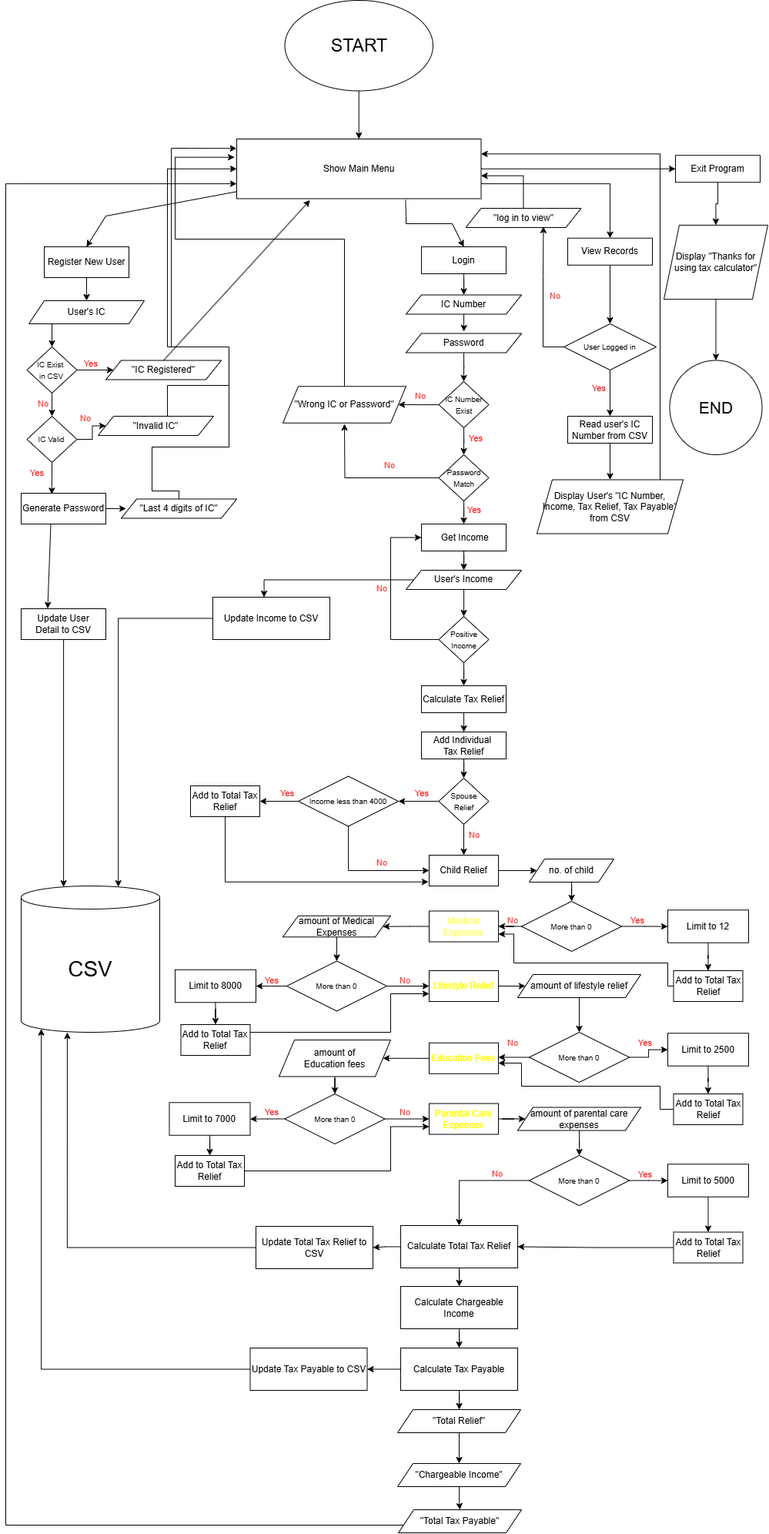
The draw.io diagram IndPro_302233 FlowChart.drawio.png in LeeJiaHeng302233/Individual-Project, before a commit. Source tidied: cells renumbered, new cells last; positions are measured from the earlier drawing's top-left corner, leaving out a move shared by most shapes.
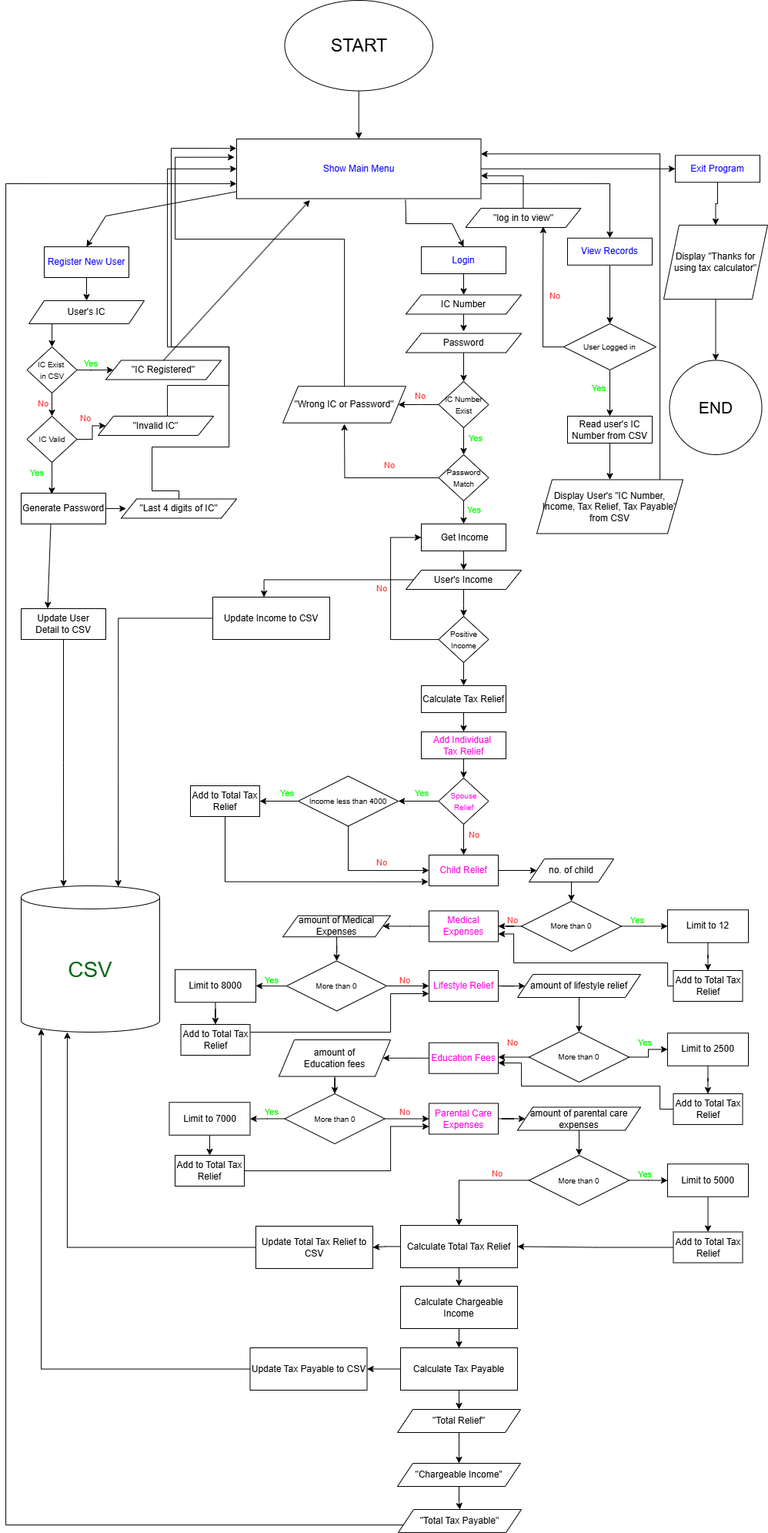
Above is the later version.

The edit, as a diff of the source:
```diff
@@ -16,6 +16,6 @@
     </mxCell>
-    <mxCell id="6" value="&lt;font style=&quot;color: light-dark(rgb(0, 0, 0), rgb(0, 255, 241));&quot;&gt;Show Main Menu&lt;/font&gt;" style="rounded=0;whiteSpace=wrap;html=1;" parent="1" vertex="1">
+    <mxCell id="6" value="&lt;font style=&quot;color: light-dark(rgb(7, 0, 255), rgb(0, 255, 241));&quot;&gt;Show Main Menu&lt;/font&gt;" style="rounded=0;whiteSpace=wrap;html=1;" parent="1" vertex="1">
       <mxGeometry x="300" y="180" width="317.5" height="77.5" as="geometry" />
     </mxCell>
-    <mxCell id="7" value="&lt;font style=&quot;color: light-dark(rgb(0, 0, 0), rgb(0, 255, 241));&quot;&gt;Register New User&lt;/font&gt;" style="rounded=0;whiteSpace=wrap;html=1;" parent="1" vertex="1">
+    <mxCell id="7" value="&lt;font style=&quot;color: light-dark(rgb(7, 0, 255), rgb(0, 255, 241));&quot;&gt;Register New User&lt;/font&gt;" style="rounded=0;whiteSpace=wrap;html=1;" parent="1" vertex="1">
       <mxGeometry x="50" y="320" width="110" height="40" as="geometry" />
@@ -25,3 +25,3 @@
     </mxCell>
-    <mxCell id="9" value="&lt;font style=&quot;color: light-dark(rgb(0, 0, 0), rgb(0, 255, 241));&quot;&gt;Exit Program&lt;/font&gt;" style="rounded=0;whiteSpace=wrap;html=1;" parent="1" vertex="1">
+    <mxCell id="9" value="&lt;font style=&quot;color: light-dark(rgb(7, 0, 255), rgb(0, 255, 241));&quot;&gt;Exit Program&lt;/font&gt;" style="rounded=0;whiteSpace=wrap;html=1;" parent="1" vertex="1">
       <mxGeometry x="870" y="201.2" width="110" height="35" as="geometry" />
@@ -31,3 +31,3 @@
     </mxCell>
-    <mxCell id="11" value="&lt;font style=&quot;color: light-dark(rgb(0, 0, 0), rgb(0, 255, 241));&quot;&gt;Login&lt;/font&gt;" style="rounded=0;whiteSpace=wrap;html=1;" parent="1" vertex="1">
+    <mxCell id="11" value="&lt;font style=&quot;color: light-dark(rgb(7, 0, 255), rgb(0, 255, 241));&quot;&gt;Login&lt;/font&gt;" style="rounded=0;whiteSpace=wrap;html=1;" parent="1" vertex="1">
       <mxGeometry x="540" y="320" width="110" height="35" as="geometry" />
@@ -226,3 +226,3 @@
     </mxCell>
-    <mxCell id="59" value="&lt;font style=&quot;color: light-dark(rgb(0, 0, 0), rgb(236, 255, 0));&quot;&gt;Add Individual&amp;nbsp;&lt;/font&gt;&lt;div&gt;&lt;font style=&quot;color: light-dark(rgb(0, 0, 0), rgb(236, 255, 0));&quot;&gt;Tax Relief&lt;/font&gt;&lt;/div&gt;" style="rounded=0;whiteSpace=wrap;html=1;" parent="1" vertex="1">
+    <mxCell id="59" value="&lt;font style=&quot;color: light-dark(rgb(255, 0, 226), rgb(255, 0, 226));&quot;&gt;Add Individual&amp;nbsp;&lt;/font&gt;&lt;div&gt;&lt;font style=&quot;color: light-dark(rgb(255, 0, 226), rgb(255, 0, 226));&quot;&gt;Tax Relief&lt;/font&gt;&lt;/div&gt;" style="rounded=0;whiteSpace=wrap;html=1;" parent="1" vertex="1">
       <mxGeometry x="540" y="950" width="110" height="35" as="geometry" />
@@ -235,3 +235,3 @@
     </mxCell>
-    <mxCell id="62" value="&lt;span style=&quot;font-size: 10px;&quot;&gt;&lt;font style=&quot;color: light-dark(rgb(0, 0, 0), rgb(236, 255, 0));&quot;&gt;Spouse&lt;/font&gt;&lt;/span&gt;&lt;div&gt;&lt;span style=&quot;font-size: 10px;&quot;&gt;&lt;font style=&quot;color: light-dark(rgb(0, 0, 0), rgb(236, 255, 0));&quot;&gt;Relief&lt;/font&gt;&lt;/span&gt;&lt;/div&gt;" style="rhombus;whiteSpace=wrap;html=1;" parent="1" vertex="1">
+    <mxCell id="62" value="&lt;span style=&quot;font-size: 10px;&quot;&gt;&lt;font style=&quot;color: light-dark(rgb(255, 0, 226), rgb(255, 0, 226));&quot;&gt;Spouse&lt;/font&gt;&lt;/span&gt;&lt;div&gt;&lt;span style=&quot;font-size: 10px;&quot;&gt;&lt;font style=&quot;color: light-dark(rgb(255, 0, 226), rgb(255, 0, 226));&quot;&gt;Relief&lt;/font&gt;&lt;/span&gt;&lt;/div&gt;" style="rhombus;whiteSpace=wrap;html=1;" parent="1" vertex="1">
       <mxGeometry x="562.5" y="1010" width="65" height="60" as="geometry" />
@@ -257,3 +257,3 @@
     </mxCell>
-    <mxCell id="68" value="&lt;font style=&quot;color: light-dark(rgb(0, 0, 0), rgb(236, 255, 0));&quot;&gt;Child Relief&lt;/font&gt;" style="whiteSpace=wrap;html=1;" parent="1" vertex="1">
+    <mxCell id="68" value="&lt;font style=&quot;color: light-dark(rgb(255, 0, 226), rgb(236, 255, 0));&quot;&gt;Child Relief&lt;/font&gt;" style="whiteSpace=wrap;html=1;" parent="1" vertex="1">
       <mxGeometry x="550" y="1110" width="90" height="40" as="geometry" />
@@ -306,3 +306,3 @@
     </mxCell>
-    <mxCell id="82" value="&lt;font style=&quot;color: light-dark(rgb(255, 255, 102), rgb(236, 255, 0));&quot;&gt;Medical Expenses&lt;/font&gt;" style="whiteSpace=wrap;html=1;" parent="1" vertex="1">
+    <mxCell id="82" value="&lt;font style=&quot;color: light-dark(rgb(255, 0, 226), rgb(236, 255, 0));&quot;&gt;Medical Expenses&lt;/font&gt;" style="whiteSpace=wrap;html=1;" parent="1" vertex="1">
       <mxGeometry x="550" y="1182.5" width="90" height="40" as="geometry" />
@@ -330,3 +330,3 @@
     </mxCell>
-    <mxCell id="90" value="&lt;font style=&quot;color: light-dark(rgb(255, 255, 0), rgb(236, 255, 0));&quot;&gt;Lifestyle Relief&lt;/font&gt;" style="whiteSpace=wrap;html=1;" parent="1" vertex="1">
+    <mxCell id="90" value="&lt;font style=&quot;color: light-dark(rgb(255, 0, 226), rgb(236, 255, 0));&quot;&gt;Lifestyle Relief&lt;/font&gt;" style="whiteSpace=wrap;html=1;" parent="1" vertex="1">
       <mxGeometry x="550" y="1260" width="90" height="40" as="geometry" />
@@ -382,3 +382,3 @@
     </mxCell>
-    <mxCell id="104" value="&lt;font style=&quot;color: light-dark(rgb(255, 255, 0), rgb(236, 255, 0));&quot;&gt;Education Fees&lt;/font&gt;" style="whiteSpace=wrap;html=1;" parent="1" vertex="1">
+    <mxCell id="104" value="&lt;font style=&quot;color: light-dark(rgb(255, 0, 226), rgb(236, 255, 0));&quot;&gt;Education Fees&lt;/font&gt;" style="whiteSpace=wrap;html=1;" parent="1" vertex="1">
       <mxGeometry x="550" y="1353.8" width="90" height="40" as="geometry" />
@@ -419,3 +419,3 @@
     </mxCell>
-    <mxCell id="114" value="&lt;font style=&quot;color: light-dark(rgb(254, 254, 0), rgb(236, 255, 0));&quot;&gt;Parental Care Expenses&lt;/font&gt;" style="whiteSpace=wrap;html=1;" parent="1" vertex="1">
+    <mxCell id="114" value="&lt;font style=&quot;color: light-dark(rgb(255, 0, 226), rgb(236, 255, 0));&quot;&gt;Parental Care Expenses&lt;/font&gt;" style="whiteSpace=wrap;html=1;" parent="1" vertex="1">
       <mxGeometry x="550" y="1432.5" width="90" height="40" as="geometry" />
@@ -510,3 +510,3 @@
     </mxCell>
-    <mxCell id="141" value="&lt;font style=&quot;background-color: light-dark(#ffffff, var(--ge-dark-color, #121212)); color: light-dark(rgb(0, 0, 0), rgb(0, 255, 241));&quot;&gt;View Records&lt;/font&gt;" style="rounded=0;whiteSpace=wrap;html=1;" parent="1" vertex="1">
+    <mxCell id="141" value="&lt;font style=&quot;background-color: light-dark(#ffffff, var(--ge-dark-color, #121212)); color: light-dark(rgb(7, 0, 255), rgb(0, 255, 241));&quot;&gt;View Records&lt;/font&gt;" style="rounded=0;whiteSpace=wrap;html=1;" parent="1" vertex="1">
       <mxGeometry x="730" y="308.8" width="110" height="35" as="geometry" />
@@ -556,33 +556,33 @@
     </mxCell>
-    <mxCell id="155" value="&lt;div style=&quot;text-align: center;&quot;&gt;&lt;span style=&quot;background-color: transparent; font-size: 11px; text-wrap-mode: nowrap;&quot;&gt;&lt;font style=&quot;color: light-dark(rgb(255, 0, 0), rgb(3, 255, 0));&quot;&gt;Yes&lt;/font&gt;&lt;/span&gt;&lt;/div&gt;" style="text;whiteSpace=wrap;html=1;" parent="1" vertex="1">
+    <mxCell id="155" value="&lt;div style=&quot;text-align: center;&quot;&gt;&lt;span style=&quot;background-color: transparent; font-size: 11px; text-wrap-mode: nowrap;&quot;&gt;&lt;font style=&quot;color: light-dark(rgb(3, 255, 0), rgb(3, 255, 0));&quot;&gt;Yes&lt;/font&gt;&lt;/span&gt;&lt;/div&gt;" style="text;whiteSpace=wrap;html=1;" parent="1" vertex="1">
       <mxGeometry x="100" y="457.5" width="20" height="20" as="geometry" />
     </mxCell>
-    <mxCell id="156" value="&lt;div style=&quot;text-align: center;&quot;&gt;&lt;span style=&quot;background-color: transparent; font-size: 11px; text-wrap-mode: nowrap;&quot;&gt;&lt;font style=&quot;color: light-dark(rgb(255, 0, 0), rgb(3, 255, 0));&quot;&gt;Yes&lt;/font&gt;&lt;/span&gt;&lt;/div&gt;" style="text;whiteSpace=wrap;html=1;" parent="1" vertex="1">
+    <mxCell id="156" value="&lt;div style=&quot;text-align: center;&quot;&gt;&lt;span style=&quot;background-color: transparent; font-size: 11px; text-wrap-mode: nowrap;&quot;&gt;&lt;font style=&quot;color: light-dark(rgb(3, 255, 0), rgb(3, 255, 0));&quot;&gt;Yes&lt;/font&gt;&lt;/span&gt;&lt;/div&gt;" style="text;whiteSpace=wrap;html=1;" parent="1" vertex="1">
       <mxGeometry x="30" y="600" width="20" height="20" as="geometry" />
     </mxCell>
-    <mxCell id="157" value="&lt;div style=&quot;text-align: center;&quot;&gt;&lt;span style=&quot;background-color: transparent; font-size: 11px; text-wrap-mode: nowrap;&quot;&gt;&lt;font style=&quot;color: light-dark(rgb(255, 0, 0), rgb(3, 255, 0));&quot;&gt;Yes&lt;/font&gt;&lt;/span&gt;&lt;/div&gt;" style="text;whiteSpace=wrap;html=1;" parent="1" vertex="1">
+    <mxCell id="157" value="&lt;div style=&quot;text-align: center;&quot;&gt;&lt;span style=&quot;background-color: transparent; font-size: 11px; text-wrap-mode: nowrap;&quot;&gt;&lt;font style=&quot;color: light-dark(rgb(3, 255, 0), rgb(3, 255, 0));&quot;&gt;Yes&lt;/font&gt;&lt;/span&gt;&lt;/div&gt;" style="text;whiteSpace=wrap;html=1;" parent="1" vertex="1">
       <mxGeometry x="600" y="555" width="20" height="20" as="geometry" />
     </mxCell>
-    <mxCell id="158" value="&lt;div style=&quot;text-align: center;&quot;&gt;&lt;span style=&quot;background-color: transparent; font-size: 11px; text-wrap-mode: nowrap;&quot;&gt;&lt;font style=&quot;color: light-dark(rgb(255, 0, 0), rgb(3, 255, 0));&quot;&gt;Yes&lt;/font&gt;&lt;/span&gt;&lt;/div&gt;" style="text;whiteSpace=wrap;html=1;" parent="1" vertex="1">
+    <mxCell id="158" value="&lt;div style=&quot;text-align: center;&quot;&gt;&lt;span style=&quot;background-color: transparent; font-size: 11px; text-wrap-mode: nowrap;&quot;&gt;&lt;font style=&quot;color: light-dark(rgb(3, 255, 0), rgb(3, 255, 0));&quot;&gt;Yes&lt;/font&gt;&lt;/span&gt;&lt;/div&gt;" style="text;whiteSpace=wrap;html=1;" parent="1" vertex="1">
       <mxGeometry x="597.5" y="647.5" width="20" height="20" as="geometry" />
     </mxCell>
-    <mxCell id="159" value="&lt;div style=&quot;text-align: center;&quot;&gt;&lt;span style=&quot;background-color: transparent; font-size: 11px; text-wrap-mode: nowrap;&quot;&gt;&lt;font style=&quot;color: light-dark(rgb(255, 0, 0), rgb(3, 255, 0));&quot;&gt;Yes&lt;/font&gt;&lt;/span&gt;&lt;/div&gt;" style="text;whiteSpace=wrap;html=1;" parent="1" vertex="1">
+    <mxCell id="159" value="&lt;div style=&quot;text-align: center;&quot;&gt;&lt;span style=&quot;background-color: transparent; font-size: 11px; text-wrap-mode: nowrap;&quot;&gt;&lt;font style=&quot;color: light-dark(rgb(3, 255, 0), rgb(3, 255, 0));&quot;&gt;Yes&lt;/font&gt;&lt;/span&gt;&lt;/div&gt;" style="text;whiteSpace=wrap;html=1;" parent="1" vertex="1">
       <mxGeometry x="355" y="1016" width="20" height="20" as="geometry" />
     </mxCell>
-    <mxCell id="160" value="&lt;div style=&quot;text-align: center;&quot;&gt;&lt;span style=&quot;background-color: transparent; font-size: 11px; text-wrap-mode: nowrap;&quot;&gt;&lt;font style=&quot;color: light-dark(rgb(255, 0, 0), rgb(3, 255, 0));&quot;&gt;Yes&lt;/font&gt;&lt;/span&gt;&lt;/div&gt;" style="text;whiteSpace=wrap;html=1;" parent="1" vertex="1">
+    <mxCell id="160" value="&lt;div style=&quot;text-align: center;&quot;&gt;&lt;span style=&quot;background-color: transparent; font-size: 11px; text-wrap-mode: nowrap;&quot;&gt;&lt;font style=&quot;color: light-dark(rgb(3, 255, 0), rgb(3, 255, 0));&quot;&gt;Yes&lt;/font&gt;&lt;/span&gt;&lt;/div&gt;" style="text;whiteSpace=wrap;html=1;" parent="1" vertex="1">
       <mxGeometry x="530" y="1016" width="20" height="20" as="geometry" />
     </mxCell>
-    <mxCell id="161" value="&lt;div style=&quot;text-align: center;&quot;&gt;&lt;span style=&quot;background-color: transparent; font-size: 11px; text-wrap-mode: nowrap;&quot;&gt;&lt;font style=&quot;color: light-dark(rgb(255, 0, 0), rgb(3, 255, 0));&quot;&gt;Yes&lt;/font&gt;&lt;/span&gt;&lt;/div&gt;" style="text;whiteSpace=wrap;html=1;" parent="1" vertex="1">
+    <mxCell id="161" value="&lt;div style=&quot;text-align: center;&quot;&gt;&lt;span style=&quot;background-color: transparent; font-size: 11px; text-wrap-mode: nowrap;&quot;&gt;&lt;font style=&quot;color: light-dark(rgb(3, 255, 0), rgb(3, 255, 0));&quot;&gt;Yes&lt;/font&gt;&lt;/span&gt;&lt;/div&gt;" style="text;whiteSpace=wrap;html=1;" parent="1" vertex="1">
       <mxGeometry x="810" y="1181.2" width="20" height="20" as="geometry" />
     </mxCell>
-    <mxCell id="162" value="&lt;div style=&quot;text-align: center;&quot;&gt;&lt;span style=&quot;background-color: transparent; font-size: 11px; text-wrap-mode: nowrap;&quot;&gt;&lt;font style=&quot;color: light-dark(rgb(255, 0, 0), rgb(3, 255, 0));&quot;&gt;Yes&lt;/font&gt;&lt;/span&gt;&lt;/div&gt;" style="text;whiteSpace=wrap;html=1;" parent="1" vertex="1">
+    <mxCell id="162" value="&lt;div style=&quot;text-align: center;&quot;&gt;&lt;span style=&quot;background-color: transparent; font-size: 11px; text-wrap-mode: nowrap;&quot;&gt;&lt;font style=&quot;color: light-dark(rgb(3, 255, 0), rgb(3, 255, 0));&quot;&gt;Yes&lt;/font&gt;&lt;/span&gt;&lt;/div&gt;" style="text;whiteSpace=wrap;html=1;" parent="1" vertex="1">
       <mxGeometry x="335" y="1258.8" width="20" height="20" as="geometry" />
     </mxCell>
-    <mxCell id="163" value="&lt;div style=&quot;text-align: center;&quot;&gt;&lt;span style=&quot;background-color: transparent; font-size: 11px; text-wrap-mode: nowrap;&quot;&gt;&lt;font style=&quot;color: light-dark(rgb(255, 0, 0), rgb(3, 255, 0));&quot;&gt;Yes&lt;/font&gt;&lt;/span&gt;&lt;/div&gt;" style="text;whiteSpace=wrap;html=1;" parent="1" vertex="1">
+    <mxCell id="163" value="&lt;div style=&quot;text-align: center;&quot;&gt;&lt;span style=&quot;background-color: transparent; font-size: 11px; text-wrap-mode: nowrap;&quot;&gt;&lt;font style=&quot;color: light-dark(rgb(3, 255, 0), rgb(3, 255, 0));&quot;&gt;Yes&lt;/font&gt;&lt;/span&gt;&lt;/div&gt;" style="text;whiteSpace=wrap;html=1;" parent="1" vertex="1">
       <mxGeometry x="335" y="1430" width="20" height="20" as="geometry" />
     </mxCell>
-    <mxCell id="164" value="&lt;div style=&quot;text-align: center;&quot;&gt;&lt;span style=&quot;background-color: transparent; font-size: 11px; text-wrap-mode: nowrap;&quot;&gt;&lt;font style=&quot;color: light-dark(rgb(255, 0, 0), rgb(3, 255, 0));&quot;&gt;Yes&lt;/font&gt;&lt;/span&gt;&lt;/div&gt;" style="text;whiteSpace=wrap;html=1;" parent="1" vertex="1">
+    <mxCell id="164" value="&lt;div style=&quot;text-align: center;&quot;&gt;&lt;span style=&quot;background-color: transparent; font-size: 11px; text-wrap-mode: nowrap;&quot;&gt;&lt;font style=&quot;color: light-dark(rgb(3, 255, 0), rgb(3, 255, 0));&quot;&gt;Yes&lt;/font&gt;&lt;/span&gt;&lt;/div&gt;" style="text;whiteSpace=wrap;html=1;" parent="1" vertex="1">
       <mxGeometry x="820" y="1340" width="20" height="20" as="geometry" />
     </mxCell>
-    <mxCell id="165" value="&lt;div style=&quot;text-align: center;&quot;&gt;&lt;span style=&quot;background-color: transparent; font-size: 11px; text-wrap-mode: nowrap;&quot;&gt;&lt;font style=&quot;color: light-dark(rgb(255, 0, 0), rgb(3, 255, 0));&quot;&gt;Yes&lt;/font&gt;&lt;/span&gt;&lt;/div&gt;" style="text;whiteSpace=wrap;html=1;" parent="1" vertex="1">
+    <mxCell id="165" value="&lt;div style=&quot;text-align: center;&quot;&gt;&lt;span style=&quot;background-color: transparent; font-size: 11px; text-wrap-mode: nowrap;&quot;&gt;&lt;font style=&quot;color: light-dark(rgb(3, 255, 0), rgb(3, 255, 0));&quot;&gt;Yes&lt;/font&gt;&lt;/span&gt;&lt;/div&gt;" style="text;whiteSpace=wrap;html=1;" parent="1" vertex="1">
       <mxGeometry x="820" y="1511.2" width="20" height="20" as="geometry" />
@@ -604,3 +604,3 @@
     </mxCell>
-    <mxCell id="171" value="&lt;div style=&quot;text-align: center;&quot;&gt;&lt;span style=&quot;background-color: transparent; font-size: 11px; text-wrap-mode: nowrap;&quot;&gt;&lt;font style=&quot;color: light-dark(rgb(255, 0, 0), rgb(3, 255, 0));&quot;&gt;Yes&lt;/font&gt;&lt;/span&gt;&lt;/div&gt;" style="text;whiteSpace=wrap;html=1;" parent="1" vertex="1">
+    <mxCell id="171" value="&lt;div style=&quot;text-align: center;&quot;&gt;&lt;span style=&quot;background-color: transparent; font-size: 11px; text-wrap-mode: nowrap;&quot;&gt;&lt;font style=&quot;color: light-dark(rgb(3, 255, 0), rgb(3, 255, 0));&quot;&gt;Yes&lt;/font&gt;&lt;/span&gt;&lt;/div&gt;" style="text;whiteSpace=wrap;html=1;" parent="1" vertex="1">
       <mxGeometry x="760" y="490" width="20" height="20" as="geometry" />
@@ -622,3 +622,3 @@
     </mxCell>
-    <mxCell id="175" value="&lt;font style=&quot;font-size: 28px;&quot;&gt;CSV&lt;/font&gt;" style="shape=cylinder3;whiteSpace=wrap;html=1;boundedLbl=1;backgroundOutline=1;size=15;" parent="1" vertex="1">
+    <mxCell id="175" value="&lt;font style=&quot;font-size: 28px; color: light-dark(rgb(0, 101, 16), rgb(0, 101, 16));&quot;&gt;CSV&lt;/font&gt;" style="shape=cylinder3;whiteSpace=wrap;html=1;boundedLbl=1;backgroundOutline=1;size=15;" parent="1" vertex="1">
       <mxGeometry x="20" y="1150" width="180" height="190" as="geometry" />
```
